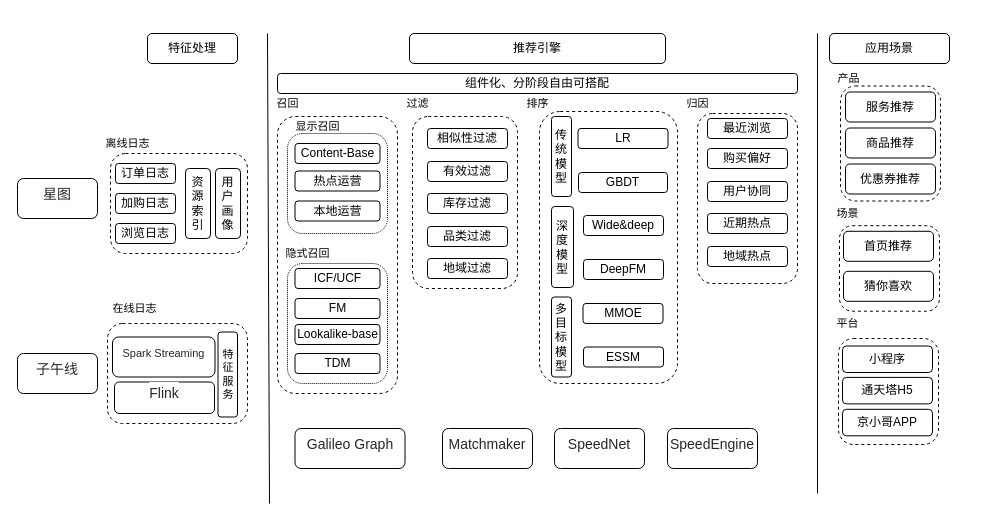
Before: Untitled Diagram.drawio in JintaiYang/Ad-papers, a draw.io diagram. Source tidied: cells renumbered, new cells numbered last; positions are measured from the earlier drawing's top-left corner, leaving out a move shared by most shapes. Both pictures are drawn from the tidied source at 100%, with x=0, y=0 at pixel (17, 33).
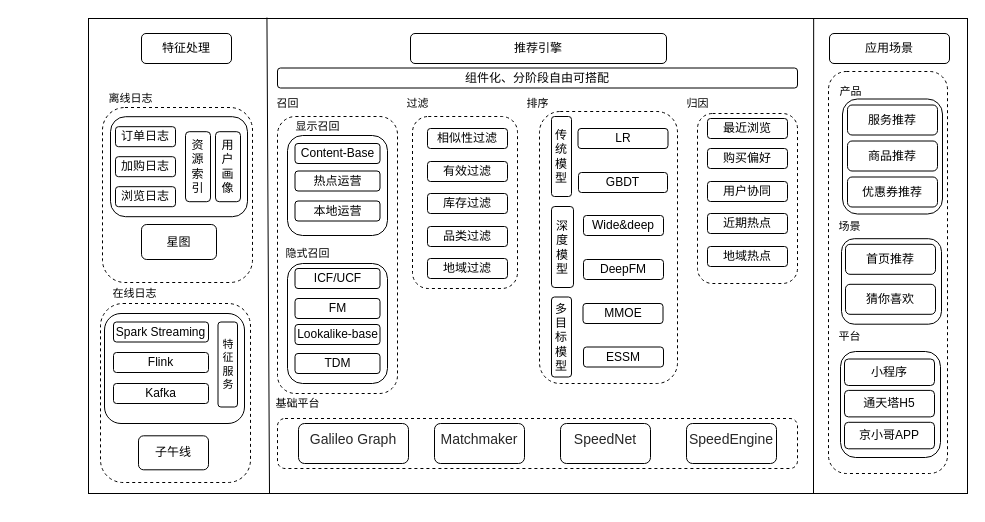
After the change.

Unchanged cells that the change refers to:
```xml
<mxCell id="47" style="group;" parent="1" vertex="1">
  <mxGeometry x="270" y="230" width="100" height="120" as="geometry" />
</mxCell>
```

Change to the diagram source:
```diff
@@
+    <mxCell id="58" style="rounded=1;whiteSpace=wrap;html=1;dashed=1;fontSize=11;fillColor=none;" parent="1" vertex="1">
+      <mxGeometry x="260" y="83" width="120" height="277" as="geometry" />
+    </mxCell>
-    <mxCell id="2" style="rounded=1;whiteSpace=wrap;html=1;dashed=1;" parent="1" vertex="1">
-      <mxGeometry x="93" y="120" width="137" height="100" as="geometry" />
+    <mxCell id="2" style="rounded=1;whiteSpace=wrap;html=1;fillColor=none;" parent="1" vertex="1">
+      <mxGeometry x="93" y="83.2" width="137" height="100" as="geometry" />
     </mxCell>
-    <mxCell id="3" style="rounded=1;whiteSpace=wrap;html=1;dashed=1;" parent="1" vertex="1">
-      <mxGeometry x="90" y="290" width="140" height="100" as="geometry" />
+    <mxCell id="3" style="rounded=1;whiteSpace=wrap;html=1;fillColor=none;" parent="1" vertex="1">
+      <mxGeometry x="87" y="280" width="140" height="110" as="geometry" />
     </mxCell>
-    <mxCell id="4" style="endArrow=none;html=1;rounded=0;" parent="1" edge="1">
+    <mxCell id="4" style="endArrow=none;html=1;rounded=0;entryX=0.203;entryY=-0.002;entryDx=0;entryDy=0;entryPerimeter=0;" parent="1" edge="1" target="89">
       <mxGeometry relative="1" as="geometry">
-        <mxPoint x="252" y="470" as="sourcePoint" />
-        <mxPoint x="250" as="targetPoint" />
+        <mxPoint x="252" y="460" as="sourcePoint" />
       </mxGeometry>
     </mxCell>
-    <mxCell id="5" style="endArrow=none;html=1;rounded=0;" parent="1" edge="1">
+    <mxCell id="5" style="endArrow=none;html=1;rounded=0;entryX=0.825;entryY=0.001;entryDx=0;entryDy=0;entryPerimeter=0;" parent="1" edge="1" target="89">
       <mxGeometry relative="1" as="geometry">
-        <mxPoint x="800" y="460" as="sourcePoint" />
-        <mxPoint x="800" as="targetPoint" />
+        <mxPoint x="796" y="460" as="sourcePoint" />
       </mxGeometry>
     </mxCell>
     <mxCell id="6" value="推荐引擎" style="rounded=1;whiteSpace=wrap;html=1;fillColor=none;" parent="1" vertex="1">
-      <mxGeometry x="392" width="256" height="30" as="geometry" />
+      <mxGeometry x="393" width="256" height="30" as="geometry" />
     </mxCell>
     <mxCell id="7" value="特征处理" style="rounded=1;whiteSpace=wrap;html=1;fillColor=none;" parent="1" vertex="1">
-      <mxGeometry x="130" width="90" height="30" as="geometry" />
+      <mxGeometry x="124" width="90" height="30" as="geometry" />
     </mxCell>
-    <mxCell id="8" value="&lt;h3 style=&quot;box-sizing: border-box; margin: 2px 0px 12px; color: rgba(0, 0, 0, 0.85); font-weight: 400; font-family: &amp;quot;PingFang SC&amp;quot;; font-size: 14px; line-height: 22px; text-align: start; background-color: rgb(255, 255, 255);&quot; data-v-6730d91e=&quot;&quot;&gt;Galileo Graph&lt;/h3&gt;" style="rounded=1;whiteSpace=wrap;html=1;" parent="1" vertex="1">
-      <mxGeometry x="277.5" y="395" width="110" height="40" as="geometry" />
+    <mxCell id="8" value="&lt;h3 style=&quot;box-sizing: border-box; margin: 2px 0px 12px; color: rgba(0, 0, 0, 0.85); font-weight: 400; font-family: &amp;quot;PingFang SC&amp;quot;; font-size: 14px; line-height: 22px; text-align: start;&quot; data-v-6730d91e=&quot;&quot;&gt;Galileo Graph&lt;/h3&gt;" style="rounded=1;whiteSpace=wrap;html=1;fillColor=none;" parent="1" vertex="1">
+      <mxGeometry x="281" y="390" width="110" height="40" as="geometry" />
     </mxCell>
-    <mxCell id="9" value="&lt;h3 style=&quot;box-sizing: border-box; margin: 2px 0px 12px; color: rgba(0, 0, 0, 0.85); font-weight: 400; font-family: &amp;quot;PingFang SC&amp;quot;; font-size: 14px; line-height: 22px; text-align: start; background-color: rgb(255, 255, 255);&quot; data-v-6730d91e=&quot;&quot;&gt;SpeedNet&lt;/h3&gt;" style="rounded=1;whiteSpace=wrap;html=1;" parent="1" vertex="1">
-      <mxGeometry x="537" y="395" width="90" height="40" as="geometry" />
+    <mxCell id="9" value="&lt;h3 style=&quot;box-sizing: border-box; margin: 2px 0px 12px; color: rgba(0, 0, 0, 0.85); font-weight: 400; font-family: &amp;quot;PingFang SC&amp;quot;; font-size: 14px; line-height: 22px; text-align: start;&quot; data-v-6730d91e=&quot;&quot;&gt;SpeedNet&lt;/h3&gt;" style="rounded=1;whiteSpace=wrap;html=1;fillColor=none;" parent="1" vertex="1">
+      <mxGeometry x="543" y="390" width="90" height="40" as="geometry" />
     </mxCell>
-    <mxCell id="10" value="&lt;h3 style=&quot;box-sizing: border-box; margin: 2px 0px 12px; color: rgba(0, 0, 0, 0.85); font-weight: 400; font-family: &amp;quot;PingFang SC&amp;quot;; font-size: 14px; line-height: 22px; text-align: start; background-color: rgb(255, 255, 255);&quot; data-v-6730d91e=&quot;&quot;&gt;Matchmaker&lt;/h3&gt;" style="rounded=1;whiteSpace=wrap;html=1;" parent="1" vertex="1">
-      <mxGeometry x="425" y="395" width="90" height="40" as="geometry" />
+    <mxCell id="10" value="&lt;h3 style=&quot;box-sizing: border-box; margin: 2px 0px 12px; color: rgba(0, 0, 0, 0.85); font-weight: 400; font-family: &amp;quot;PingFang SC&amp;quot;; font-size: 14px; line-height: 22px; text-align: start;&quot; data-v-6730d91e=&quot;&quot;&gt;Matchmaker&lt;/h3&gt;" style="rounded=1;whiteSpace=wrap;html=1;fillColor=none;" parent="1" vertex="1">
+      <mxGeometry x="417" y="390" width="90" height="40" as="geometry" />
     </mxCell>
-    <mxCell id="11" value="&lt;h3 style=&quot;box-sizing: border-box; margin: 2px 0px 12px; color: rgba(0, 0, 0, 0.85); font-weight: 400; font-family: &amp;quot;PingFang SC&amp;quot;; font-size: 14px; line-height: 22px; text-align: start; background-color: rgb(255, 255, 255);&quot; data-v-6730d91e=&quot;&quot;&gt;SpeedEngine&lt;/h3&gt;" style="rounded=1;whiteSpace=wrap;html=1;" parent="1" vertex="1">
-      <mxGeometry x="650" y="395" width="90" height="40" as="geometry" />
+    <mxCell id="11" value="&lt;h3 style=&quot;box-sizing: border-box; margin: 2px 0px 12px; color: rgba(0, 0, 0, 0.85); font-weight: 400; font-family: &amp;quot;PingFang SC&amp;quot;; font-size: 14px; line-height: 22px; text-align: start;&quot; data-v-6730d91e=&quot;&quot;&gt;SpeedEngine&lt;/h3&gt;" style="rounded=1;whiteSpace=wrap;html=1;fillColor=none;" parent="1" vertex="1">
+      <mxGeometry x="669" y="390" width="90" height="40" as="geometry" />
     </mxCell>
-    <mxCell id="12" value="组件化、分阶段自由可搭配" style="rounded=1;whiteSpace=wrap;html=1;fillColor=none;" parent="1" vertex="1">
-      <mxGeometry x="260" y="40" width="520" height="20" as="geometry" />
+    <mxCell id="12" style="rounded=1;whiteSpace=wrap;html=1;fillColor=none;dashed=1;" parent="1" vertex="1">
+      <mxGeometry x="260" y="385" width="520" height="50" as="geometry" />
     </mxCell>
-    <mxCell id="13" value="&lt;font style=&quot;font-size: 12px;&quot;&gt;应用场景&lt;/font&gt;" style="rounded=1;whiteSpace=wrap;html=1;fontSize=12;" parent="1" vertex="1">
+    <mxCell id="13" value="&lt;font style=&quot;font-size: 12px;&quot;&gt;应用场景&lt;/font&gt;" style="rounded=1;whiteSpace=wrap;html=1;fontSize=12;fillColor=none;" parent="1" vertex="1">
       <mxGeometry x="812" width="120" height="30" as="geometry" />
     </mxCell>
-    <mxCell id="14" value="订单日志" style="rounded=1;whiteSpace=wrap;html=1;" parent="1" vertex="1">
-      <mxGeometry x="98" y="130" width="60" height="20" as="geometry" />
+    <mxCell id="14" value="订单日志" style="rounded=1;whiteSpace=wrap;html=1;fillColor=none;" parent="1" vertex="1">
+      <mxGeometry x="98" y="93.2" width="60" height="20" as="geometry" />
     </mxCell>
-    <mxCell id="15" value="浏览日志" style="rounded=1;whiteSpace=wrap;html=1;" parent="1" vertex="1">
-      <mxGeometry x="98" y="190" width="60" height="20" as="geometry" />
+    <mxCell id="15" value="浏览日志" style="rounded=1;whiteSpace=wrap;html=1;fillColor=none;" parent="1" vertex="1">
+      <mxGeometry x="98" y="153.2" width="60" height="20" as="geometry" />
     </mxCell>
-    <mxCell id="16" value="用户画像" style="rounded=1;whiteSpace=wrap;html=1;" parent="1" vertex="1">
-      <mxGeometry x="198" y="135" width="25" height="70" as="geometry" />
+    <mxCell id="16" value="用户画像" style="rounded=1;whiteSpace=wrap;html=1;fillColor=none;" parent="1" vertex="1">
+      <mxGeometry x="198" y="98.2" width="25" height="70" as="geometry" />
     </mxCell>
-    <mxCell id="17" value="资源索引" style="rounded=1;whiteSpace=wrap;html=1;" parent="1" vertex="1">
-      <mxGeometry x="168" y="135" width="25" height="70" as="geometry" />
+    <mxCell id="17" value="资源索引" style="rounded=1;whiteSpace=wrap;html=1;fillColor=none;" parent="1" vertex="1">
+      <mxGeometry x="168" y="98.2" width="25" height="70" as="geometry" />
     </mxCell>
-    <mxCell id="18" value="&lt;h3 style=&quot;box-sizing: border-box; margin: 2px 0px 12px; color: rgba(0, 0, 0, 0.85); font-weight: 400; font-family: &amp;quot;PingFang SC&amp;quot;; font-size: 14px; line-height: 22px; text-align: start; background-color: rgb(255, 255, 255);&quot; data-v-6730d91e=&quot;&quot;&gt;Flink&lt;/h3&gt;" style="rounded=1;whiteSpace=wrap;html=1;" parent="1" vertex="1">
-      <mxGeometry x="97" y="348.5" width="100" height="31.5" as="geometry" />
-    </mxCell>
-    <mxCell id="19" value="&lt;h3 style=&quot;box-sizing: border-box; margin: 2px 0px 12px; color: rgba(0, 0, 0, 0.85); font-weight: 400; font-family: &amp;quot;PingFang SC&amp;quot;; line-height: 22px; text-align: start; background-color: rgb(255, 255, 255);&quot; data-v-6730d91e=&quot;&quot;&gt;&lt;font style=&quot;font-size: 11px;&quot;&gt;Spark Streaming&lt;/font&gt;&lt;/h3&gt;" style="rounded=1;whiteSpace=wrap;html=1;" parent="1" vertex="1">
-      <mxGeometry x="95" y="303.5" width="102.5" height="40" as="geometry" />
-    </mxCell>
-    <mxCell id="20" value="&lt;h3 style=&quot;box-sizing: border-box; margin: 2px 0px 12px; color: rgba(0, 0, 0, 0.85); font-weight: 400; font-family: &amp;quot;PingFang SC&amp;quot;; font-size: 14px; line-height: 22px; text-align: start; background-color: rgb(255, 255, 255);&quot; data-v-6730d91e=&quot;&quot;&gt;星图&lt;/h3&gt;" style="rounded=1;whiteSpace=wrap;html=1;" parent="1" vertex="1">
-      <mxGeometry y="145" width="80" height="40" as="geometry" />
-    </mxCell>
@@
-    <mxCell id="35" value="加购日志" style="rounded=1;whiteSpace=wrap;html=1;" parent="1" vertex="1">
-      <mxGeometry x="98" y="160" width="60" height="20" as="geometry" />
+    <mxCell id="35" value="加购日志" style="rounded=1;whiteSpace=wrap;html=1;fillColor=none;" parent="1" vertex="1">
+      <mxGeometry x="98" y="123.2" width="60" height="20" as="geometry" />
     </mxCell>
-    <mxCell id="36" value="&lt;h3 style=&quot;box-sizing: border-box; margin: 2px 0px 12px; color: rgba(0, 0, 0, 0.85); font-weight: 400; font-family: &amp;quot;PingFang SC&amp;quot;; font-size: 14px; line-height: 22px; text-align: start; background-color: rgb(255, 255, 255);&quot; data-v-6730d91e=&quot;&quot;&gt;子午线&lt;/h3&gt;" style="rounded=1;whiteSpace=wrap;html=1;" parent="1" vertex="1">
-      <mxGeometry y="320" width="80" height="40" as="geometry" />
-    </mxCell>
     <mxCell id="37" value="特&lt;br&gt;征&lt;br&gt;服&lt;br&gt;务" style="rounded=1;whiteSpace=wrap;html=1;fontSize=11;fillColor=none;" parent="1" vertex="1">
-      <mxGeometry x="200.5" y="298.5" width="19.5" height="85" as="geometry" />
+      <mxGeometry x="200.5" y="288.5" width="19.5" height="85" as="geometry" />
     </mxCell>
@@
     <mxCell id="43" value="离线日志" style="text;html=1;align=center;verticalAlign=middle;strokeColor=none;fillColor=none;fontSize=11;" parent="1" vertex="1">
-      <mxGeometry x="80" y="100" width="60" height="20" as="geometry" />
+      <mxGeometry x="83" y="54.5" width="60" height="20" as="geometry" />
     </mxCell>
     <mxCell id="44" value="在线日志" style="text;html=1;align=center;verticalAlign=middle;strokeColor=none;fillColor=none;fontSize=11;" parent="1" vertex="1">
-      <mxGeometry x="87" y="265" width="60" height="20" as="geometry" />
+      <mxGeometry x="87" y="250" width="60" height="20" as="geometry" />
     </mxCell>
@@
-    <mxCell id="52" style="rounded=1;whiteSpace=wrap;html=1;fontSize=11;fillColor=none;dashed=1;dashPattern=1 1;" parent="47" vertex="1">
+    <mxCell id="52" style="rounded=1;whiteSpace=wrap;html=1;fontSize=11;fillColor=none;" parent="47" vertex="1">
       <mxGeometry width="100" height="120" as="geometry" />
     </mxCell>
-    <mxCell id="53" style="group;" parent="1" vertex="1">
-      <mxGeometry x="270" y="100" width="100" height="100" as="geometry" />
-    </mxCell>
-    <mxCell id="54" value="Content-Base" style="rounded=1;whiteSpace=wrap;html=1;imageWidth=24;" parent="53" vertex="1">
-      <mxGeometry x="7.5" y="10" width="85" height="20" as="geometry" />
-    </mxCell>
-    <mxCell id="55" value="热点运营" style="rounded=1;whiteSpace=wrap;html=1;" parent="53" vertex="1">
-      <mxGeometry x="7.5" y="37.5" width="85" height="20" as="geometry" />
-    </mxCell>
-    <mxCell id="56" value="本地运营" style="rounded=1;whiteSpace=wrap;html=1;" parent="53" vertex="1">
-      <mxGeometry x="7.5" y="67.5" width="85" height="20" as="geometry" />
-    </mxCell>
-    <mxCell id="57" style="rounded=1;whiteSpace=wrap;html=1;dashed=1;fontSize=11;fillColor=none;dashPattern=1 1;" parent="53" vertex="1">
-      <mxGeometry width="100" height="100" as="geometry" />
-    </mxCell>
-    <mxCell id="58" style="rounded=1;whiteSpace=wrap;html=1;dashed=1;fontSize=11;fillColor=none;" parent="1" vertex="1">
-      <mxGeometry x="260" y="83" width="120" height="277" as="geometry" />
-    </mxCell>
@@
     <mxCell id="66" value="平台" style="text;html=1;align=center;verticalAlign=middle;strokeColor=none;fillColor=none;fontSize=11;" parent="1" vertex="1">
-      <mxGeometry x="810" y="280" width="40" height="20" as="geometry" />
+      <mxGeometry x="812" y="293" width="40" height="20" as="geometry" />
     </mxCell>
     <mxCell id="67" value="场景" style="text;html=1;align=center;verticalAlign=middle;strokeColor=none;fillColor=none;fontSize=11;" parent="1" vertex="1">
-      <mxGeometry x="810" y="170" width="40" height="20" as="geometry" />
+      <mxGeometry x="812" y="183" width="40" height="20" as="geometry" />
     </mxCell>
     <mxCell id="68" value="产品" style="text;html=1;align=center;verticalAlign=middle;strokeColor=none;fillColor=none;fontSize=11;" parent="1" vertex="1">
-      <mxGeometry x="811" y="35" width="40" height="20" as="geometry" />
+      <mxGeometry x="813" y="48" width="40" height="20" as="geometry" />
     </mxCell>
     <mxCell id="69" style="group;" parent="1" vertex="1">
-      <mxGeometry x="821" y="52.5" width="108" height="115" as="geometry" />
+      <mxGeometry x="823" y="65.5" width="108" height="115" as="geometry" />
     </mxCell>
-    <mxCell id="70" style="rounded=1;whiteSpace=wrap;html=1;fontSize=11;fillColor=none;dashed=1;" parent="69" vertex="1">
+    <mxCell id="70" style="rounded=1;whiteSpace=wrap;html=1;fontSize=11;fillColor=none;" parent="69" vertex="1">
       <mxGeometry x="2" width="100" height="115" as="geometry" />
     </mxCell>
@@
     <mxCell id="76" value="小程序" style="rounded=1;whiteSpace=wrap;html=1;fillColor=none;" parent="1" vertex="1">
-      <mxGeometry x="825" y="312.5" width="90" height="26.5" as="geometry" />
+      <mxGeometry x="827" y="325.5" width="90" height="26.5" as="geometry" />
     </mxCell>
-    <mxCell id="77" style="rounded=1;whiteSpace=wrap;html=1;fontSize=11;fillColor=none;dashed=1;" parent="1" vertex="1">
-      <mxGeometry x="821" y="305" width="100" height="106" as="geometry" />
+    <mxCell id="77" style="rounded=1;whiteSpace=wrap;html=1;fontSize=11;fillColor=none;" parent="1" vertex="1">
+      <mxGeometry x="823" y="318" width="100" height="106" as="geometry" />
     </mxCell>
     <mxCell id="78" value="通天塔H5" style="rounded=1;whiteSpace=wrap;html=1;fillColor=none;" parent="1" vertex="1">
-      <mxGeometry x="825" y="343.9" width="90" height="26.5" as="geometry" />
+      <mxGeometry x="827" y="356.9" width="90" height="26.5" as="geometry" />
     </mxCell>
     <mxCell id="79" value="京小哥APP" style="rounded=1;whiteSpace=wrap;html=1;fillColor=none;" parent="1" vertex="1">
-      <mxGeometry x="825" y="375.8" width="90" height="26.5" as="geometry" />
+      <mxGeometry x="827" y="388.8" width="90" height="26.5" as="geometry" />
     </mxCell>
     <mxCell id="80" value="首页推荐" style="rounded=1;whiteSpace=wrap;html=1;fillColor=none;" parent="1" vertex="1">
-      <mxGeometry x="826" y="197.8" width="90" height="30" as="geometry" />
+      <mxGeometry x="828" y="210.8" width="90" height="30" as="geometry" />
     </mxCell>
     <mxCell id="81" value="猜你喜欢" style="rounded=1;whiteSpace=wrap;html=1;fillColor=none;" parent="1" vertex="1">
-      <mxGeometry x="826" y="237.8" width="90" height="30" as="geometry" />
+      <mxGeometry x="828" y="250.8" width="90" height="30" as="geometry" />
     </mxCell>
-    <mxCell id="82" style="rounded=1;whiteSpace=wrap;html=1;fontSize=11;fillColor=none;dashed=1;" parent="1" vertex="1">
-      <mxGeometry x="822" y="192.2" width="100" height="85.5" as="geometry" />
+    <mxCell id="82" style="rounded=1;whiteSpace=wrap;html=1;fontSize=11;fillColor=none;" parent="1" vertex="1">
+      <mxGeometry x="824" y="205.2" width="100" height="85.5" as="geometry" />
     </mxCell>
+    <mxCell id="83" value="组件化、分阶段自由可搭配" style="rounded=1;whiteSpace=wrap;html=1;fillColor=none;" parent="1" vertex="1">
+      <mxGeometry x="260" y="34.5" width="520" height="20" as="geometry" />
+    </mxCell>
+    <mxCell id="84" value="基础平台" style="text;html=1;align=center;verticalAlign=middle;strokeColor=none;fillColor=none;fontSize=11;" parent="1" vertex="1">
+      <mxGeometry x="250" y="360" width="60" height="20" as="geometry" />
+    </mxCell>
+    <mxCell id="54" value="Content-Base" style="rounded=1;whiteSpace=wrap;html=1;imageWidth=24;fillColor=none;" parent="1" vertex="1">
+      <mxGeometry x="277.5" y="110" width="85" height="20" as="geometry" />
+    </mxCell>
+    <mxCell id="55" value="热点运营" style="rounded=1;whiteSpace=wrap;html=1;fillColor=none;" parent="1" vertex="1">
+      <mxGeometry x="277.5" y="137.5" width="85" height="20" as="geometry" />
+    </mxCell>
+    <mxCell id="56" value="本地运营" style="rounded=1;whiteSpace=wrap;html=1;fillColor=none;" parent="1" vertex="1">
+      <mxGeometry x="277.5" y="167.5" width="85" height="20" as="geometry" />
+    </mxCell>
+    <mxCell id="57" style="rounded=1;whiteSpace=wrap;html=1;fontSize=11;fillColor=none;" parent="1" vertex="1">
+      <mxGeometry x="270" y="102" width="100" height="100" as="geometry" />
+    </mxCell>
+    <mxCell id="20" value="星图" style="rounded=1;whiteSpace=wrap;html=1;labelBackgroundColor=none;fontSize=12;strokeColor=default;fillColor=none;gradientColor=none;" parent="1" vertex="1">
+      <mxGeometry x="124" y="191" width="75" height="35" as="geometry" />
+    </mxCell>
+    <mxCell id="36" value="子午线" style="rounded=1;whiteSpace=wrap;html=1;labelBackgroundColor=none;fontSize=12;strokeColor=default;fillColor=none;gradientColor=none;" parent="1" vertex="1">
+      <mxGeometry x="121" y="402.3" width="70" height="34" as="geometry" />
+    </mxCell>
+    <mxCell id="18" value="Flink" style="rounded=1;whiteSpace=wrap;html=1;labelBackgroundColor=none;fontSize=12;strokeColor=default;fillColor=none;gradientColor=none;" parent="1" vertex="1">
+      <mxGeometry x="96" y="319" width="95" height="20" as="geometry" />
+    </mxCell>
+    <mxCell id="85" value="Kafka" style="rounded=1;whiteSpace=wrap;html=1;labelBackgroundColor=none;fontSize=12;strokeColor=default;fillColor=none;gradientColor=none;" parent="1" vertex="1">
+      <mxGeometry x="96" y="350" width="95" height="20" as="geometry" />
+    </mxCell>
+    <mxCell id="19" value="Spark Streaming" style="rounded=1;whiteSpace=wrap;html=1;labelBackgroundColor=none;fontSize=12;strokeColor=default;fillColor=none;gradientColor=none;" parent="1" vertex="1">
+      <mxGeometry x="96" y="288.5" width="95" height="20" as="geometry" />
+    </mxCell>
+    <mxCell id="86" style="rounded=1;whiteSpace=wrap;html=1;labelBackgroundColor=none;fontSize=12;strokeColor=default;fillColor=none;gradientColor=none;dashed=1;" parent="1" vertex="1">
+      <mxGeometry x="83" y="270" width="150" height="179" as="geometry" />
+    </mxCell>
+    <mxCell id="87" style="rounded=1;whiteSpace=wrap;html=1;labelBackgroundColor=none;fontSize=12;strokeColor=default;fillColor=none;gradientColor=none;dashed=1;" parent="1" vertex="1">
+      <mxGeometry x="85" y="74" width="150" height="175" as="geometry" />
+    </mxCell>
+    <mxCell id="88" style="rounded=1;whiteSpace=wrap;html=1;dashed=1;labelBackgroundColor=none;fontSize=12;strokeColor=default;fillColor=none;gradientColor=none;" parent="1" vertex="1">
+      <mxGeometry x="811" y="38" width="119" height="402" as="geometry" />
+    </mxCell>
+    <mxCell id="89" style="rounded=0;whiteSpace=wrap;html=1;labelBackgroundColor=none;fontSize=12;strokeColor=default;fillColor=none;gradientColor=none;" parent="1" vertex="1">
+      <mxGeometry x="71" y="-15" width="879" height="475" as="geometry" />
+    </mxCell>
```
